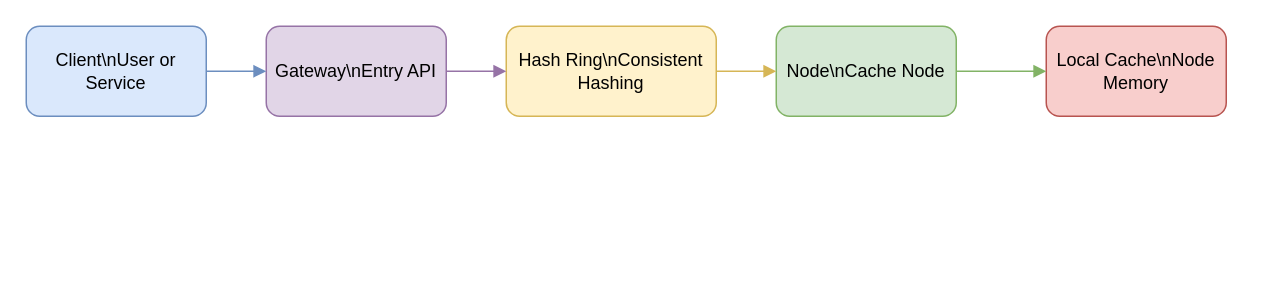
The draw.io diagram docs/architecture.drawio in lorenaziviani/shardo, before the edit. Source tidied: cells renumbered, new cells numbered last; positions are measured from the earlier drawing's top-left corner, leaving out a move shared by most shapes. Both pictures are drawn from the tidied source at 150%, with x=0, y=0 at pixel (26, 26).
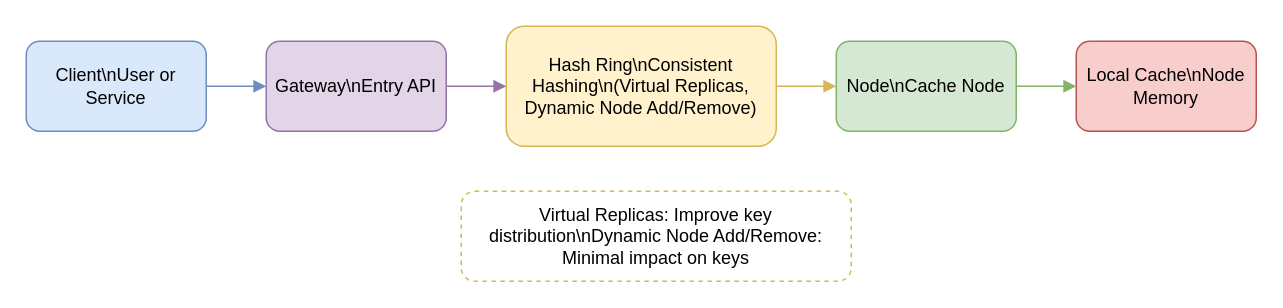
The same diagram, later.

Commit message (it also covers changes not shown here):
feat: implement consistent hashing with virtual replicas and CLI for key distribution

Diff of the diagram source:
```diff
@@
 <mxGraphModel>
   <root>
     <mxCell id="0" />
     <mxCell id="1" parent="0" />
     <mxCell id="2" value="Client\nUser or Service" style="rounded=1;whiteSpace=wrap;html=1;fillColor=#dae8fc;strokeColor=#6c8ebf;" parent="1" vertex="1">
-      <mxGeometry width="120" height="60" as="geometry" />
+      <mxGeometry y="10" width="120" height="60" as="geometry" />
     </mxCell>
     <mxCell id="3" value="Gateway\nEntry API" style="rounded=1;whiteSpace=wrap;html=1;fillColor=#e1d5e7;strokeColor=#9673a6;" parent="1" vertex="1">
-      <mxGeometry x="160" width="120" height="60" as="geometry" />
+      <mxGeometry x="160" y="10" width="120" height="60" as="geometry" />
     </mxCell>
-    <mxCell id="4" value="Hash Ring\nConsistent Hashing" style="rounded=1;whiteSpace=wrap;html=1;fillColor=#fff2cc;strokeColor=#d6b656;" parent="1" vertex="1">
-      <mxGeometry x="320" width="140" height="60" as="geometry" />
+    <mxCell id="4" value="Hash Ring\nConsistent Hashing\n(Virtual Replicas, Dynamic Node Add/Remove)" style="rounded=1;whiteSpace=wrap;html=1;fillColor=#fff2cc;strokeColor=#d6b656;" parent="1" vertex="1">
+      <mxGeometry x="320" width="180" height="80" as="geometry" />
     </mxCell>
     <mxCell id="5" value="Node\nCache Node" style="rounded=1;whiteSpace=wrap;html=1;fillColor=#d5e8d4;strokeColor=#82b366;" parent="1" vertex="1">
-      <mxGeometry x="500" width="120" height="60" as="geometry" />
+      <mxGeometry x="540" y="10" width="120" height="60" as="geometry" />
     </mxCell>
     <mxCell id="6" value="Local Cache\nNode Memory" style="rounded=1;whiteSpace=wrap;html=1;fillColor=#f8cecc;strokeColor=#b85450;" parent="1" vertex="1">
-      <mxGeometry x="680" width="120" height="60" as="geometry" />
+      <mxGeometry x="700" y="10" width="120" height="60" as="geometry" />
     </mxCell>
     <mxCell id="7" style="edgeStyle=orthogonalEdgeStyle;rounded=0;jettySize=auto;html=1;endArrow=block;endFill=1;strokeColor=#6c8ebf;" parent="1" edge="1" source="2" target="3">
       <mxGeometry relative="1" as="geometry" />
     </mxCell>
     <mxCell id="8" style="edgeStyle=orthogonalEdgeStyle;rounded=0;jettySize=auto;html=1;endArrow=block;endFill=1;strokeColor=#9673a6;" parent="1" edge="1" source="3" target="4">
       <mxGeometry relative="1" as="geometry" />
     </mxCell>
     <mxCell id="9" style="edgeStyle=orthogonalEdgeStyle;rounded=0;jettySize=auto;html=1;endArrow=block;endFill=1;strokeColor=#d6b656;" parent="1" edge="1" source="4" target="5">
       <mxGeometry relative="1" as="geometry" />
     </mxCell>
     <mxCell id="10" style="edgeStyle=orthogonalEdgeStyle;rounded=0;jettySize=auto;html=1;endArrow=block;endFill=1;strokeColor=#82b366;" parent="1" edge="1" source="5" target="6">
       <mxGeometry relative="1" as="geometry" />
     </mxCell>
+    <mxCell id="11" value="Virtual Replicas: Improve key distribution\nDynamic Node Add/Remove: Minimal impact on keys" style="rounded=1;whiteSpace=wrap;html=1;fillColor=#ffffff;strokeColor=#d6b656;dashed=1;" parent="1" vertex="1">
+      <mxGeometry x="290" y="110" width="260" height="60" as="geometry" />
+    </mxCell>
   </root>
 </mxGraphModel>
```
